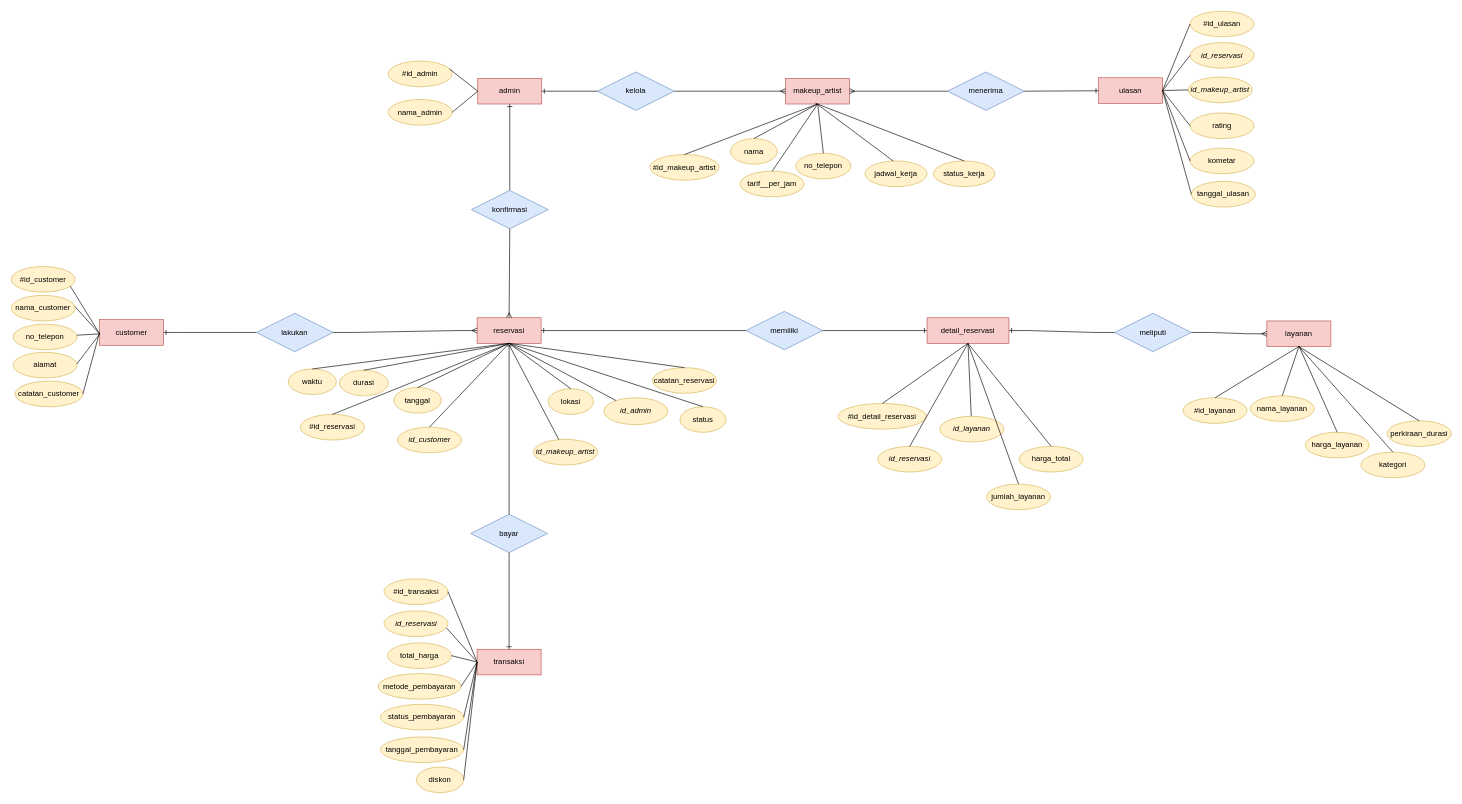
Before: MinPro 1.drawio in k149191/Konsep-Basis-Data, a draw.io diagram. Source tidied: cells renumbered, new cells numbered last; positions are measured from the earlier drawing's top-left corner, leaving out a move shared by most shapes. Both pictures are drawn from the tidied source at 64%, with x=0, y=0 at pixel (11, 11).
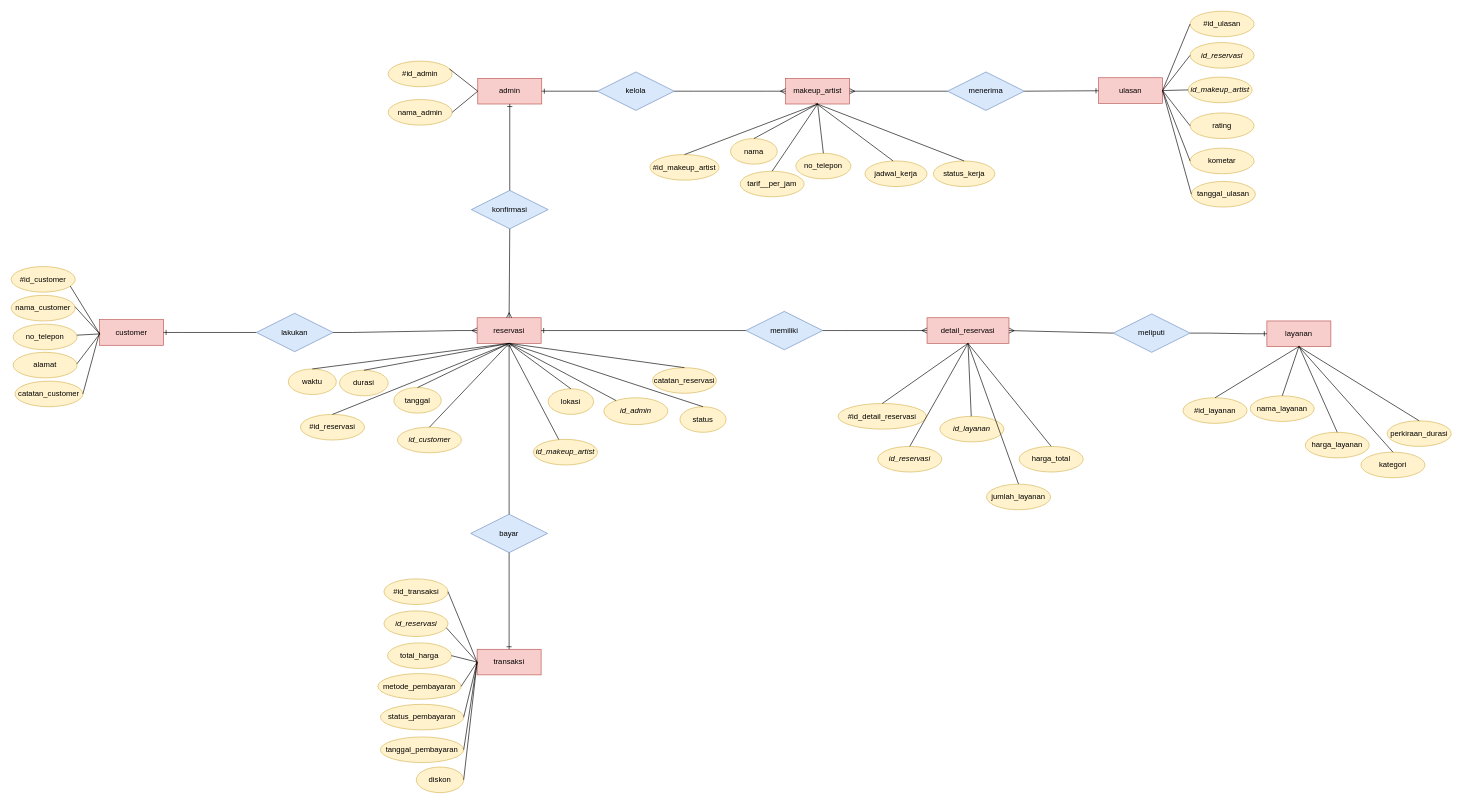
Above is the later version.

The change refers to these unchanged cells:
```xml
<mxCell id="56" value="layanan" style="whiteSpace=wrap;html=1;align=center;fillColor=#f8cecc;strokeColor=#b85450;" parent="1" vertex="1">
  <mxGeometry x="1962" y="484" width="100" height="40" as="geometry" />
</mxCell>
<mxCell id="60" value="detail_reservasi" style="whiteSpace=wrap;html=1;align=center;fillColor=#f8cecc;strokeColor=#b85450;" parent="1" vertex="1">
  <mxGeometry x="1431" y="479" width="128" height="40" as="geometry" />
</mxCell>
<mxCell id="103" value="memiliki" style="shape=rhombus;perimeter=rhombusPerimeter;whiteSpace=wrap;html=1;align=center;fillColor=#dae8fc;strokeColor=#6c8ebf;" parent="1" vertex="1">
  <mxGeometry x="1148" y="469" width="120" height="60" as="geometry" />
</mxCell>
```

What changed in the source:
```diff
@@
     <mxCell id="111" value="meliputi" style="shape=rhombus;perimeter=rhombusPerimeter;whiteSpace=wrap;html=1;align=center;fillColor=#dae8fc;strokeColor=#6c8ebf;" parent="1" vertex="1">
-      <mxGeometry x="1724" y="472" width="120" height="60" as="geometry" />
+      <mxGeometry x="1722" y="473" width="120" height="60" as="geometry" />
     </mxCell>
@@
-    <mxCell id="119" style="edgeStyle=entityRelationEdgeStyle;fontSize=12;html=1;endArrow=ERone;endFill=1;rounded=0;exitX=1;exitY=0.5;exitDx=0;exitDy=0;entryX=0;entryY=0.5;entryDx=0;entryDy=0;" parent="1" edge="1" source="103" target="60">
-      <mxGeometry relative="1" as="geometry" />
-    </mxCell>
-    <mxCell id="120" style="edgeStyle=entityRelationEdgeStyle;fontSize=12;html=1;endArrow=ERone;endFill=1;rounded=0;entryX=1;entryY=0.5;entryDx=0;entryDy=0;exitX=0;exitY=0.5;exitDx=0;exitDy=0;" parent="1" edge="1" source="111" target="60">
+    <mxCell id="120" style="edgeStyle=entityRelationEdgeStyle;fontSize=12;html=1;endArrow=ERone;endFill=1;rounded=0;exitX=1;exitY=0.5;exitDx=0;exitDy=0;entryX=0;entryY=0.5;entryDx=0;entryDy=0;" parent="1" edge="1" source="111" target="56">
       <mxGeometry relative="1" as="geometry" />
     </mxCell>
-    <mxCell id="121" style="edgeStyle=entityRelationEdgeStyle;fontSize=12;html=1;endArrow=ERmany;rounded=0;exitX=1;exitY=0.5;exitDx=0;exitDy=0;" parent="1" edge="1" source="111" target="56">
+    <mxCell id="121" style="fontSize=12;html=1;endArrow=ERmany;rounded=0;entryX=1;entryY=0.5;entryDx=0;entryDy=0;exitX=0;exitY=0.5;exitDx=0;exitDy=0;" parent="1" edge="1" source="111" target="60">
       <mxGeometry relative="1" as="geometry" />
     </mxCell>
@@
+    <mxCell id="119" style="edgeStyle=entityRelationEdgeStyle;fontSize=12;html=1;endArrow=ERmany;rounded=0;entryX=0;entryY=0.5;entryDx=0;entryDy=0;entryPerimeter=0;exitX=1;exitY=0.5;exitDx=0;exitDy=0;" parent="1" edge="1" source="103" target="60">
+      <mxGeometry relative="1" as="geometry" />
+    </mxCell>
```
